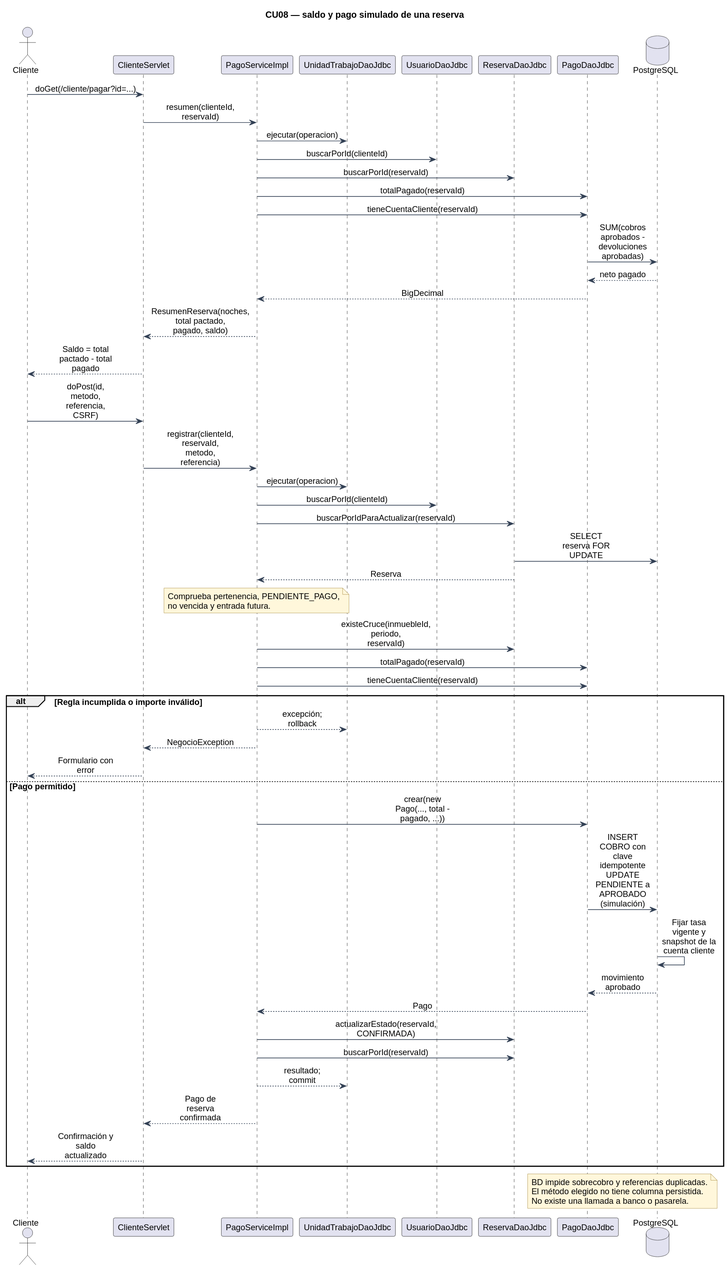
This is docs/diagramas/11_secuencia_pago.svg from Davidjp11p07/DayNest, a PlantUML export, as it was before one commit.
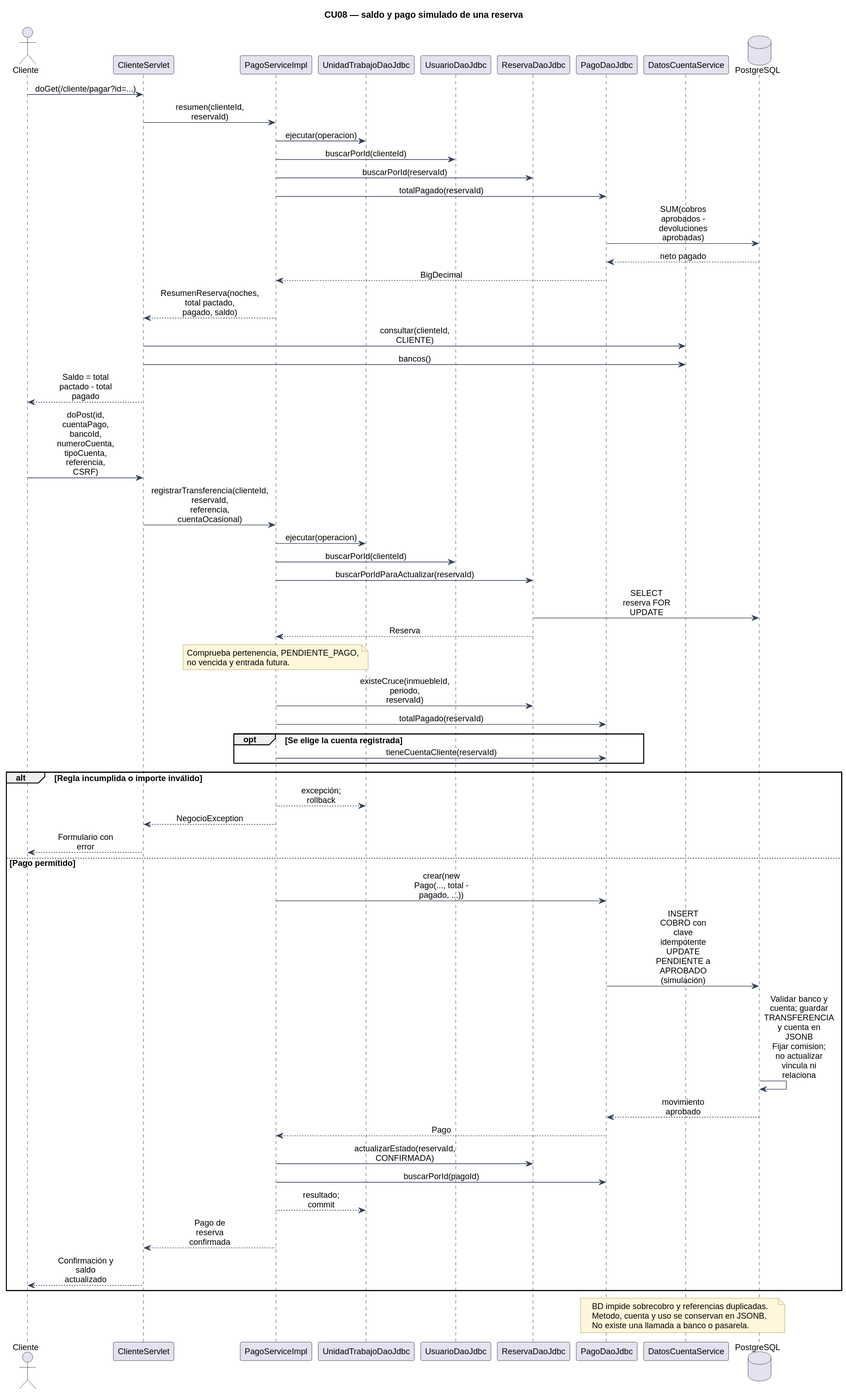
The same file after the commit.

The edit, as a diff of the source:
```diff
@@ -1,5 +1,4 @@
 @startuml
-skinparamlocked metana null
 !include estilo.iuml
 title CU08 — saldo y pago simulado de una reserva
 actor Cliente as u
@@ -9,6 +8,7 @@
 participant UsuarioDaoJdbc as usuarios
 participant ReservaDaoJdbc as reservas
 participant PagoDaoJdbc as pagos
+participant DatosCuentaService as datos
 database PostgreSQL as bd
 u -> web : doGet(/cliente/pagar?id=...)
 web -> s : resumen(clienteId, reservaId)
@@ -16,14 +16,15 @@
 s -> usuarios : buscarPorId(clienteId)
 s -> reservas : buscarPorId(reservaId)
 s -> pagos : totalPagado(reservaId)
-s -> pagos : tieneCuentaCliente(reservaId)
 pagos -> bd : SUM(cobros aprobados - devoluciones aprobadas)
 bd --> pagos : neto pagado
 pagos --> s : BigDecimal
 s --> web : ResumenReserva(noches, total pactado, pagado, saldo)
+web -> datos : consultar(clienteId, CLIENTE)
+web -> datos : bancos()
 web --> u : Saldo = total pactado - total pagado
-u -> web : doPost(id, metodo, referencia, CSRF)
-web -> s : registrar(clienteId, reservaId, metodo, referencia)
+u -> web : doPost(id, cuentaPago, bancoId, numeroCuenta, tipoCuenta, referencia, CSRF)
+web -> s : registrarTransferencia(clienteId, reservaId, referencia, cuentaOcasional)
 s -> tx : ejecutar(operacion)
 s -> usuarios : buscarPorId(clienteId)
 s -> reservas : buscarPorIdParaActualizar(reservaId)
@@ -32,7 +33,9 @@
 note over s : Comprueba pertenencia, PENDIENTE_PAGO,\nno vencida y entrada futura.
 s -> reservas : existeCruce(inmuebleId, periodo, reservaId)
 s -> pagos : totalPagado(reservaId)
-s -> pagos : tieneCuentaCliente(reservaId)
+opt Se elige la cuenta registrada
+  s -> pagos : tieneCuentaCliente(reservaId)
+end
 alt Regla incumplida o importe inválido
   s --> tx : excepción; rollback
   s --> web : NegocioException
@@ -40,14 +43,14 @@
 else Pago permitido
   s -> pagos : crear(new Pago(..., total - pagado, ...))
   pagos -> bd : INSERT COBRO con clave idempotente\nUPDATE PENDIENTE a APROBADO (simulación)
-  bd -> bd : Fijar tasa vigente y snapshot de la cuenta cliente
+  bd -> bd : Validar banco y cuenta; guardar TRANSFERENCIA y cuenta en JSONB\nFijar comision; no actualizar vincula ni relaciona
   bd --> pagos : movimiento aprobado
   pagos --> s : Pago
   s -> reservas : actualizarEstado(reservaId, CONFIRMADA)
-  s -> reservas : buscarPorId(reservaId)
+  s -> pagos : buscarPorId(pagoId)
   s --> tx : resultado; commit
   s --> web : Pago de reserva confirmada
   web --> u : Confirmación y saldo actualizado
 end
-note over pagos,bd : BD impide sobrecobro y referencias duplicadas.\nEl método elegido no tiene columna persistida.\nNo existe una llamada a banco o pasarela.
+note over pagos,bd : BD impide sobrecobro y referencias duplicadas.\nMetodo, cuenta y uso se conservan en JSONB.\nNo existe una llamada a banco o pasarela.
 @enduml
```
